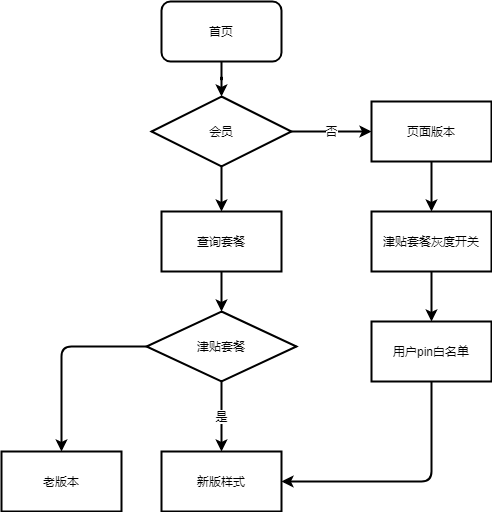
Above: 首页灰度.png in 845642761/diagram (draw.io), before the change. Source tidied: cells renumbered, new cells last; positions are measured from the earlier drawing's top-left corner, leaving out a move shared by most shapes.
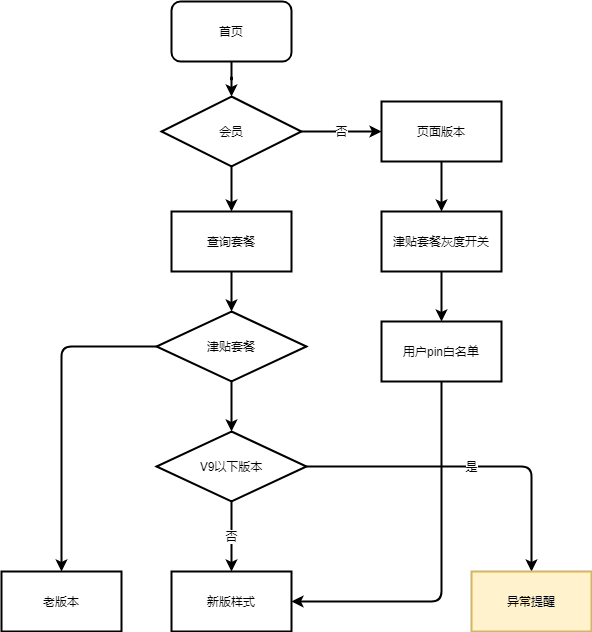
After the commit.

Commit message:
更新首页灰度.png

Change to the diagram source:
```diff
@@ -26,9 +26,9 @@
     <mxCell id="9" style="edgeStyle=orthogonalEdgeStyle;curved=0;rounded=1;sketch=0;jettySize=auto;html=1;strokeWidth=2;" parent="1" edge="1" source="11" target="18">
       <mxGeometry relative="1" as="geometry" />
     </mxCell>
-    <mxCell id="10" value="是" style="edgeStyle=orthogonalEdgeStyle;curved=0;rounded=1;sketch=0;jettySize=auto;html=1;strokeWidth=2;" parent="1" edge="1" source="11" target="19">
-      <mxGeometry relative="1" as="geometry" />
-    </mxCell>
+    <mxCell id="20" style="edgeStyle=orthogonalEdgeStyle;curved=0;rounded=1;sketch=0;jettySize=auto;html=1;strokeWidth=2;" parent="1" edge="1" source="11" target="22">
+      <mxGeometry relative="1" as="geometry" />
+    </mxCell>
     <mxCell id="11" value="津贴套餐" style="rhombus;whiteSpace=wrap;html=1;rounded=0;sketch=0;strokeWidth=2;" parent="1" vertex="1">
       <mxGeometry x="145" y="310" width="150" height="70" as="geometry" />
     </mxCell>
@@ -51,10 +51,22 @@
       <mxGeometry x="370" y="100" width="120" height="60" as="geometry" />
     </mxCell>
     <mxCell id="18" value="老版本" style="whiteSpace=wrap;html=1;rounded=0;sketch=0;strokeWidth=2;" parent="1" vertex="1">
-      <mxGeometry y="450" width="120" height="60" as="geometry" />
+      <mxGeometry x="-10" y="570" width="120" height="60" as="geometry" />
     </mxCell>
     <mxCell id="19" value="新版样式" style="whiteSpace=wrap;html=1;rounded=0;sketch=0;strokeWidth=2;" parent="1" vertex="1">
-      <mxGeometry x="160" y="450" width="120" height="60" as="geometry" />
+      <mxGeometry x="160" y="570" width="120" height="60" as="geometry" />
     </mxCell>
+    <mxCell id="21" value="否" style="edgeStyle=orthogonalEdgeStyle;curved=0;rounded=1;sketch=0;jettySize=auto;html=1;entryX=0.5;entryY=0;entryDx=0;entryDy=0;strokeWidth=2;" parent="1" edge="1" source="22" target="19">
+      <mxGeometry relative="1" as="geometry" />
+    </mxCell>
+    <mxCell id="10" value="是" style="edgeStyle=orthogonalEdgeStyle;curved=0;rounded=1;sketch=0;jettySize=auto;html=1;strokeWidth=2;" parent="1" edge="1" source="22" target="23">
+      <mxGeometry relative="1" as="geometry" />
+    </mxCell>
+    <mxCell id="22" value="V9以下版本" style="rhombus;whiteSpace=wrap;html=1;rounded=0;sketch=0;strokeWidth=2;" parent="1" vertex="1">
+      <mxGeometry x="145" y="430" width="150" height="70" as="geometry" />
+    </mxCell>
+    <mxCell id="23" value="异常提醒" style="whiteSpace=wrap;html=1;rounded=0;sketch=0;strokeWidth=2;fillColor=#fff2cc;strokeColor=#d6b656;" parent="1" vertex="1">
+      <mxGeometry x="460" y="570" width="120" height="60" as="geometry" />
+    </mxCell>
   </root>
 </mxGraphModel>
```
